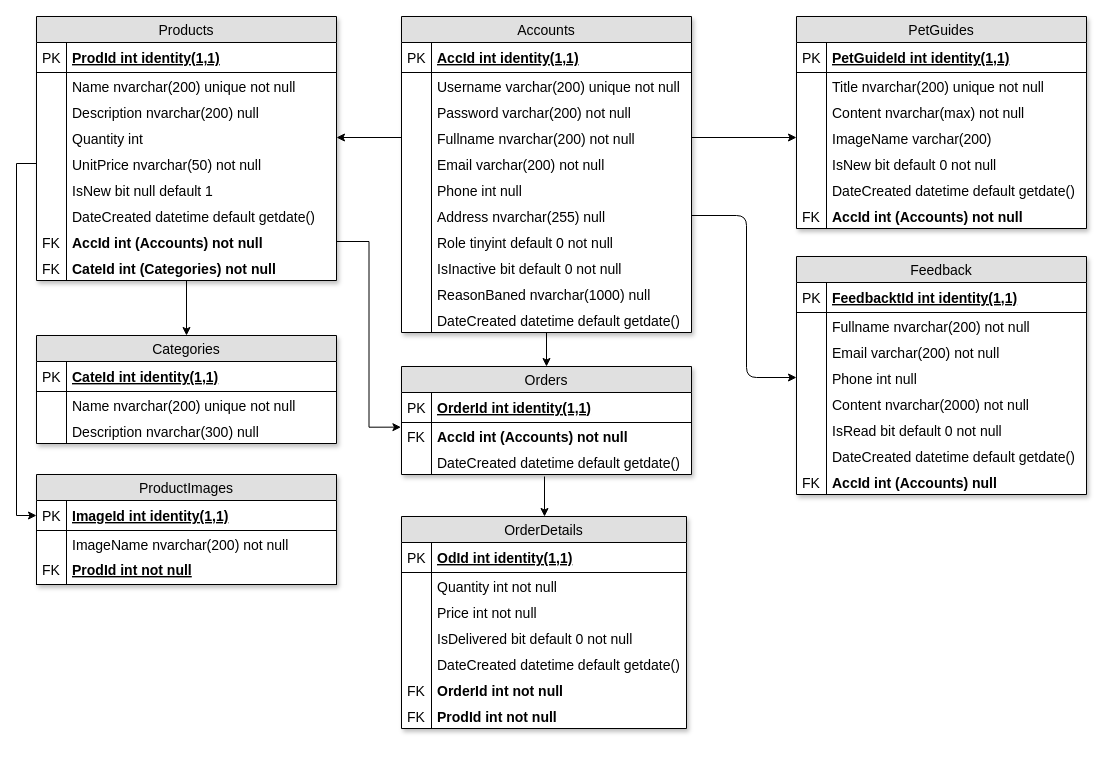
duyphuong403/PetCare keeps this draw.io diagram as page "Database" (2 of 4) of Documents/Diagrams/Overrall-Design.drawio. Above is the earlier version. Source tidied: cells renumbered, new cells numbered last; positions are measured from the earlier drawing's top-left corner, leaving out a move shared by most shapes. Both pictures are drawn from the tidied source at 100%, with x=0, y=0 at pixel (36, 16).
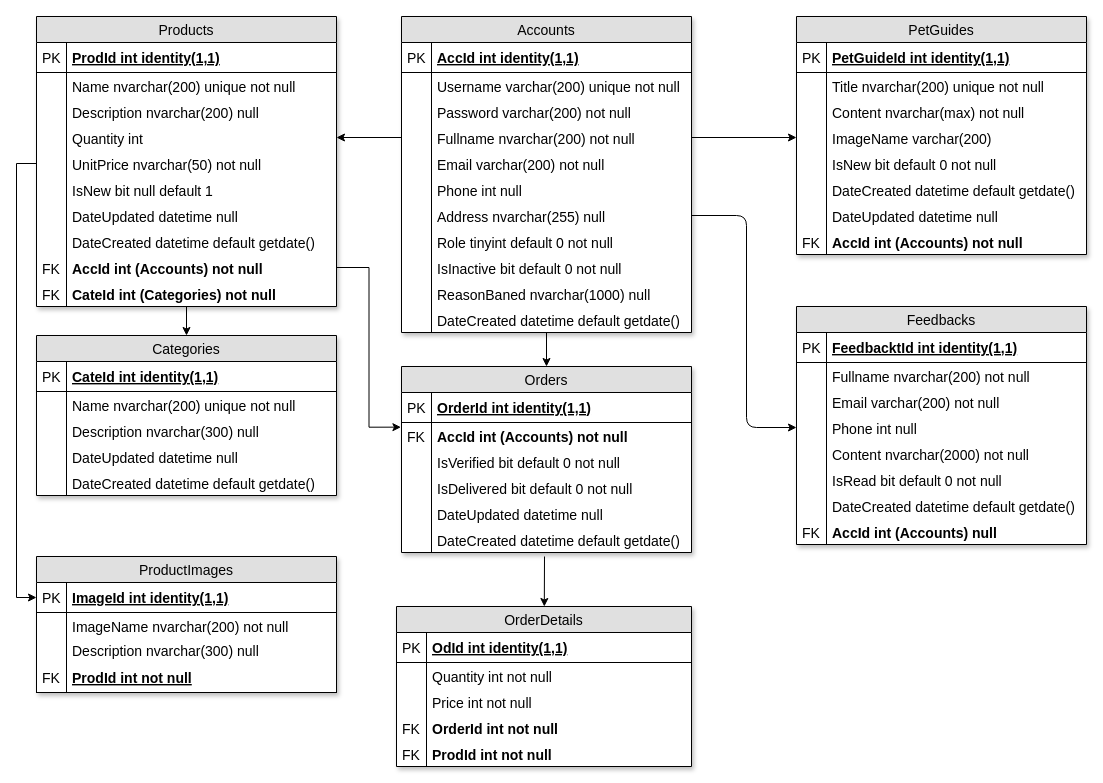
Above is the later version.

Unchanged cells that the change refers to:
```xml
<mxCell id="50" value="Address nvarchar(255) null" style="shape=partialRectangle;top=0;left=0;right=0;bottom=0;align=left;verticalAlign=top;fillColor=none;spacingLeft=34;spacingRight=4;overflow=hidden;points=[[0,0.5],[1,0.5]];portConstraint=eastwest;fontSize=14;" parent="37" vertex="1">
  <mxGeometry y="186" width="290" height="26" as="geometry" />
</mxCell>
<mxCell id="82" value="Phone int null" style="shape=partialRectangle;top=0;left=0;right=0;bottom=0;align=left;verticalAlign=top;fillColor=none;spacingLeft=34;spacingRight=4;overflow=hidden;points=[[0,0.5],[1,0.5]];portConstraint=eastwest;fontSize=14;" parent="75" vertex="1">
  <mxGeometry y="108" width="290" height="26" as="geometry" />
</mxCell>
```

What changed in the source:
```diff
@@
     <mxCell id="3" value="Products" style="swimlane;fontStyle=0;horizontal=1;startSize=26;fillColor=#e0e0e0;swimlaneFillColor=#ffffff;align=center;fontSize=14;glass=0;rounded=0;swimlaneLine=1;shadow=1;comic=0;" parent="1" vertex="1">
-      <mxGeometry width="300" height="264" as="geometry" />
+      <mxGeometry width="300" height="290" as="geometry" />
     </mxCell>
@@
+    <mxCell id="120" value="DateUpdated datetime null" style="shape=partialRectangle;top=0;left=0;right=0;bottom=0;align=left;verticalAlign=top;fillColor=none;spacingLeft=34;spacingRight=4;overflow=hidden;fontSize=14;" parent="3" vertex="1">
+      <mxGeometry y="186" width="300" height="26" as="geometry" />
+    </mxCell>
+    <mxCell id="121" style="shape=partialRectangle;top=0;left=0;bottom=0;fillColor=none;align=left;verticalAlign=top;spacingLeft=4;spacingRight=4;overflow=hidden;fontSize=14;" parent="120" vertex="1">
+      <mxGeometry width="30" height="26" as="geometry" />
+    </mxCell>
     <mxCell id="16" value="DateCreated datetime default getdate()" style="shape=partialRectangle;top=0;left=0;right=0;bottom=0;align=left;verticalAlign=top;fillColor=none;spacingLeft=34;spacingRight=4;overflow=hidden;fontSize=14;" parent="3" vertex="1">
-      <mxGeometry y="186" width="300" height="26" as="geometry" />
+      <mxGeometry y="212" width="300" height="26" as="geometry" />
     </mxCell>
@@
     <mxCell id="18" value="AccId int (Accounts) not null&#10;" style="shape=partialRectangle;top=0;left=0;right=0;bottom=0;align=left;verticalAlign=top;fillColor=none;spacingLeft=34;spacingRight=4;overflow=hidden;points=[[0,0.5],[1,0.5]];portConstraint=eastwest;fontSize=14;fontStyle=1;" parent="3" vertex="1">
-      <mxGeometry y="212" width="300" height="26" as="geometry" />
+      <mxGeometry y="238" width="300" height="26" as="geometry" />
     </mxCell>
@@
     <mxCell id="20" value="CateId int (Categories) not null" style="shape=partialRectangle;top=0;left=0;right=0;bottom=0;align=left;verticalAlign=top;fillColor=none;spacingLeft=34;spacingRight=4;overflow=hidden;fontSize=14;fontStyle=1;" parent="3" vertex="1">
-      <mxGeometry y="238" width="300" height="26" as="geometry" />
+      <mxGeometry y="264" width="300" height="26" as="geometry" />
     </mxCell>
@@
     <mxCell id="22" value="Categories" style="swimlane;fontStyle=0;horizontal=1;startSize=26;fillColor=#e0e0e0;swimlaneFillColor=#ffffff;align=center;fontSize=14;glass=0;rounded=0;swimlaneLine=1;shadow=1;comic=0;" parent="1" vertex="1">
-      <mxGeometry y="319" width="300" height="108" as="geometry" />
+      <mxGeometry y="319" width="300" height="160" as="geometry" />
     </mxCell>
@@
+    <mxCell id="122" value="DateUpdated datetime null" style="shape=partialRectangle;top=0;left=0;right=0;bottom=0;align=left;verticalAlign=top;fillColor=none;spacingLeft=34;spacingRight=4;overflow=hidden;fontSize=14;" parent="22" vertex="1">
+      <mxGeometry y="108" width="300" height="26" as="geometry" />
+    </mxCell>
+    <mxCell id="123" style="shape=partialRectangle;top=0;left=0;bottom=0;fillColor=none;align=left;verticalAlign=top;spacingLeft=4;spacingRight=4;overflow=hidden;fontSize=14;" parent="122" vertex="1">
+      <mxGeometry width="30" height="26" as="geometry" />
+    </mxCell>
+    <mxCell id="103" value="DateCreated datetime default getdate()" style="shape=partialRectangle;top=0;left=0;right=0;bottom=0;align=left;verticalAlign=top;fillColor=none;spacingLeft=34;spacingRight=4;overflow=hidden;fontSize=14;" parent="22" vertex="1">
+      <mxGeometry y="134" width="300" height="26" as="geometry" />
+    </mxCell>
+    <mxCell id="124" style="shape=partialRectangle;top=0;left=0;bottom=0;fillColor=none;align=left;verticalAlign=top;spacingLeft=4;spacingRight=4;overflow=hidden;fontSize=14;" parent="103" vertex="1">
+      <mxGeometry width="30" height="26" as="geometry" />
+    </mxCell>
     <mxCell id="29" value="Orders" style="swimlane;fontStyle=0;horizontal=1;startSize=26;fillColor=#e0e0e0;swimlaneFillColor=#ffffff;align=center;fontSize=14;glass=0;rounded=0;swimlaneLine=1;shadow=1;comic=0;" parent="1" vertex="1">
-      <mxGeometry x="365" y="350" width="290" height="108" as="geometry" />
+      <mxGeometry x="365" y="350" width="290" height="186" as="geometry" />
     </mxCell>
@@
+    <mxCell id="125" value="IsVerified bit default 0 not null" style="shape=partialRectangle;top=0;left=0;right=0;bottom=0;align=left;verticalAlign=top;fillColor=none;spacingLeft=34;spacingRight=4;overflow=hidden;fontSize=14;" parent="29" vertex="1">
+      <mxGeometry y="82" width="290" height="26" as="geometry" />
+    </mxCell>
+    <mxCell id="126" style="shape=partialRectangle;top=0;left=0;bottom=0;fillColor=none;align=left;verticalAlign=top;spacingLeft=4;spacingRight=4;overflow=hidden;fontSize=14;" parent="125" vertex="1">
+      <mxGeometry width="30" height="26" as="geometry" />
+    </mxCell>
+    <mxCell id="101" value="IsDelivered bit default 0 not null" style="shape=partialRectangle;top=0;left=0;right=0;bottom=0;align=left;verticalAlign=top;fillColor=none;spacingLeft=34;spacingRight=4;overflow=hidden;fontSize=14;" parent="29" vertex="1">
+      <mxGeometry y="108" width="290" height="26" as="geometry" />
+    </mxCell>
+    <mxCell id="102" style="shape=partialRectangle;top=0;left=0;bottom=0;fillColor=none;align=left;verticalAlign=top;spacingLeft=4;spacingRight=4;overflow=hidden;fontSize=14;" parent="101" vertex="1">
+      <mxGeometry width="30" height="26" as="geometry" />
+    </mxCell>
+    <mxCell id="127" value="DateUpdated datetime null" style="shape=partialRectangle;top=0;left=0;right=0;bottom=0;align=left;verticalAlign=top;fillColor=none;spacingLeft=34;spacingRight=4;overflow=hidden;fontSize=14;" parent="29" vertex="1">
+      <mxGeometry y="134" width="290" height="26" as="geometry" />
+    </mxCell>
+    <mxCell id="128" style="shape=partialRectangle;top=0;left=0;bottom=0;fillColor=none;align=left;verticalAlign=top;spacingLeft=4;spacingRight=4;overflow=hidden;fontSize=14;" parent="127" vertex="1">
+      <mxGeometry width="30" height="26" as="geometry" />
+    </mxCell>
     <mxCell id="34" value="DateCreated datetime default getdate()" style="shape=partialRectangle;top=0;left=0;right=0;bottom=0;align=left;verticalAlign=top;fillColor=none;spacingLeft=34;spacingRight=4;overflow=hidden;fontSize=14;" parent="29" vertex="1">
-      <mxGeometry y="82" width="290" height="26" as="geometry" />
+      <mxGeometry y="160" width="290" height="26" as="geometry" />
     </mxCell>
@@
     <mxCell id="60" value="PetGuides" style="swimlane;fontStyle=0;horizontal=1;startSize=26;fillColor=#e0e0e0;swimlaneFillColor=#ffffff;align=center;fontSize=14;glass=0;rounded=0;swimlaneLine=1;shadow=1;comic=0;" parent="1" vertex="1">
-      <mxGeometry x="760" width="290" height="212" as="geometry" />
+      <mxGeometry x="760" width="290" height="238" as="geometry" />
     </mxCell>
@@
+    <mxCell id="129" value="DateUpdated datetime null" style="shape=partialRectangle;top=0;left=0;right=0;bottom=0;align=left;verticalAlign=top;fillColor=none;spacingLeft=34;spacingRight=4;overflow=hidden;fontSize=14;" parent="60" vertex="1">
+      <mxGeometry y="186" width="290" height="26" as="geometry" />
+    </mxCell>
+    <mxCell id="130" style="shape=partialRectangle;top=0;left=0;bottom=0;fillColor=none;align=left;verticalAlign=top;spacingLeft=4;spacingRight=4;overflow=hidden;fontSize=14;" parent="129" vertex="1">
+      <mxGeometry width="30" height="26" as="geometry" />
+    </mxCell>
     <mxCell id="73" value="AccId int (Accounts) not null" style="shape=partialRectangle;top=0;left=0;right=0;bottom=0;align=left;verticalAlign=top;fillColor=none;spacingLeft=34;spacingRight=4;overflow=hidden;fontSize=14;fontStyle=1;" parent="60" vertex="1">
-      <mxGeometry y="186" width="290" height="26" as="geometry" />
+      <mxGeometry y="212" width="290" height="26" as="geometry" />
     </mxCell>
@@
-    <mxCell id="75" value="Feedback" style="swimlane;fontStyle=0;horizontal=1;startSize=26;fillColor=#e0e0e0;swimlaneFillColor=#ffffff;align=center;fontSize=14;glass=0;rounded=0;swimlaneLine=1;shadow=1;comic=0;" parent="1" vertex="1">
-      <mxGeometry x="760" y="240" width="290" height="238" as="geometry" />
+    <mxCell id="75" value="Feedbacks" style="swimlane;fontStyle=0;horizontal=1;startSize=26;fillColor=#e0e0e0;swimlaneFillColor=#ffffff;align=center;fontSize=14;glass=0;rounded=0;swimlaneLine=1;shadow=1;comic=0;" parent="1" vertex="1">
+      <mxGeometry x="760" y="290" width="290" height="238" as="geometry" />
     </mxCell>
@@
     <mxCell id="94" value="OrderDetails" style="swimlane;fontStyle=0;horizontal=1;startSize=26;fillColor=#e0e0e0;swimlaneFillColor=#ffffff;align=center;fontSize=14;glass=0;rounded=0;swimlaneLine=1;shadow=1;comic=0;" parent="1" vertex="1">
-      <mxGeometry x="365" y="500" width="285" height="212" as="geometry" />
+      <mxGeometry x="360" y="590" width="295" height="160" as="geometry" />
     </mxCell>
     <mxCell id="95" value="OdId int identity(1,1)" style="shape=partialRectangle;top=0;left=0;right=0;bottom=1;align=left;verticalAlign=middle;fillColor=none;spacingLeft=34;spacingRight=4;overflow=hidden;fontStyle=5;fontSize=14;" parent="94" vertex="1">
-      <mxGeometry y="26" width="285" height="30" as="geometry" />
+      <mxGeometry y="26" width="295" height="30" as="geometry" />
     </mxCell>
@@
     <mxCell id="97" value="Quantity int not null&#10;" style="shape=partialRectangle;top=0;left=0;right=0;bottom=0;align=left;verticalAlign=top;fillColor=none;spacingLeft=34;spacingRight=4;overflow=hidden;fontSize=14;" parent="94" vertex="1">
-      <mxGeometry y="56" width="285" height="26" as="geometry" />
+      <mxGeometry y="56" width="295" height="26" as="geometry" />
     </mxCell>
@@
     <mxCell id="99" value="Price int not null" style="shape=partialRectangle;top=0;left=0;right=0;bottom=0;align=left;verticalAlign=top;fillColor=none;spacingLeft=34;spacingRight=4;overflow=hidden;fontSize=14;" parent="94" vertex="1">
-      <mxGeometry y="82" width="285" height="26" as="geometry" />
+      <mxGeometry y="82" width="295" height="26" as="geometry" />
     </mxCell>
@@
-    <mxCell id="101" value="IsDelivered bit default 0 not null" style="shape=partialRectangle;top=0;left=0;right=0;bottom=0;align=left;verticalAlign=top;fillColor=none;spacingLeft=34;spacingRight=4;overflow=hidden;fontSize=14;" parent="94" vertex="1">
-      <mxGeometry y="108" width="285" height="26" as="geometry" />
-    </mxCell>
-    <mxCell id="102" style="shape=partialRectangle;top=0;left=0;bottom=0;fillColor=none;align=left;verticalAlign=top;spacingLeft=4;spacingRight=4;overflow=hidden;fontSize=14;" parent="101" vertex="1">
-      <mxGeometry width="30" height="26" as="geometry" />
-    </mxCell>
-    <mxCell id="103" value="DateCreated datetime default getdate()" style="shape=partialRectangle;top=0;left=0;right=0;bottom=0;align=left;verticalAlign=top;fillColor=none;spacingLeft=34;spacingRight=4;overflow=hidden;fontSize=14;" parent="94" vertex="1">
-      <mxGeometry y="134" width="285" height="26" as="geometry" />
-    </mxCell>
-    <mxCell id="104" style="shape=partialRectangle;top=0;left=0;bottom=0;fillColor=none;align=left;verticalAlign=top;spacingLeft=4;spacingRight=4;overflow=hidden;fontSize=14;" parent="103" vertex="1">
-      <mxGeometry width="30" height="26" as="geometry" />
-    </mxCell>
     <mxCell id="105" value="OrderId int not null" style="shape=partialRectangle;top=0;left=0;right=0;bottom=0;align=left;verticalAlign=top;fillColor=none;spacingLeft=34;spacingRight=4;overflow=hidden;fontSize=14;fontStyle=1;" parent="94" vertex="1">
-      <mxGeometry y="160" width="285" height="26" as="geometry" />
+      <mxGeometry y="108" width="295" height="26" as="geometry" />
     </mxCell>
@@
     <mxCell id="107" value="ProdId int not null" style="shape=partialRectangle;top=0;left=0;right=0;bottom=0;align=left;verticalAlign=top;fillColor=none;spacingLeft=34;spacingRight=4;overflow=hidden;fontSize=14;fontStyle=1;" parent="94" vertex="1">
-      <mxGeometry y="186" width="285" height="26" as="geometry" />
+      <mxGeometry y="134" width="295" height="26" as="geometry" />
     </mxCell>
@@
     <mxCell id="110" style="endArrow=classic;html=1;entryX=0;entryY=0.5;entryDx=0;entryDy=0;exitX=1;exitY=0.5;exitDx=0;exitDy=0;" parent="1" edge="1" source="50" target="82">
       <mxGeometry relative="1" as="geometry">
         <Array as="points">
           <mxPoint x="710" y="199" />
-          <mxPoint x="710" y="361" />
+          <mxPoint x="710" y="411" />
         </Array>
       </mxGeometry>
     </mxCell>
-    <mxCell id="111" style="endArrow=classic;html=1;" parent="1" edge="1">
-      <mxGeometry relative="1" as="geometry">
-        <mxPoint x="508" y="460" as="sourcePoint" />
-        <mxPoint x="508" y="500" as="targetPoint" />
-      </mxGeometry>
-    </mxCell>
     <mxCell id="112" value="ProductImages" style="swimlane;fontStyle=0;horizontal=1;startSize=26;fillColor=#e0e0e0;swimlaneFillColor=#ffffff;align=center;fontSize=14;glass=0;rounded=0;swimlaneLine=1;shadow=1;comic=0;" parent="1" vertex="1">
-      <mxGeometry y="458" width="300" height="110" as="geometry" />
+      <mxGeometry y="540" width="300" height="136" as="geometry" />
     </mxCell>
@@
+    <mxCell id="131" value="Description nvarchar(300) null" style="shape=partialRectangle;top=0;left=0;right=0;bottom=0;align=left;verticalAlign=top;fillColor=none;spacingLeft=34;spacingRight=4;overflow=hidden;fontSize=14;" parent="112" vertex="1">
+      <mxGeometry y="80" width="300" height="26" as="geometry" />
+    </mxCell>
+    <mxCell id="132" style="shape=partialRectangle;top=0;left=0;bottom=0;fillColor=none;align=left;verticalAlign=top;spacingLeft=4;spacingRight=4;overflow=hidden;fontSize=14;" parent="131" vertex="1">
+      <mxGeometry width="30" height="26" as="geometry" />
+    </mxCell>
     <mxCell id="117" value="ProdId int not null" style="shape=partialRectangle;top=0;left=0;right=0;bottom=1;align=left;verticalAlign=middle;fillColor=none;spacingLeft=34;spacingRight=4;overflow=hidden;fontStyle=5;fontSize=14;" parent="112" vertex="1">
-      <mxGeometry y="80" width="300" height="30" as="geometry" />
+      <mxGeometry y="106" width="300" height="30" as="geometry" />
     </mxCell>
@@
+    <mxCell id="133" style="endArrow=classic;html=1;" parent="1" edge="1" target="94">
+      <mxGeometry relative="1" as="geometry">
+        <mxPoint x="508" y="540" as="sourcePoint" />
+      </mxGeometry>
+    </mxCell>
```
